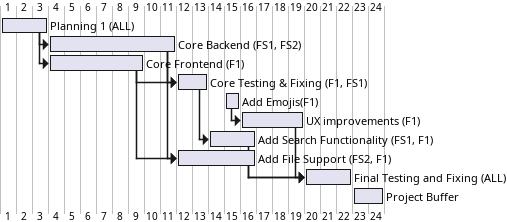
Earlier version of the PlantUML export Documentation/LatexLab3/images/GanttV2.png (user5427/human-benchmark-PSI-2).
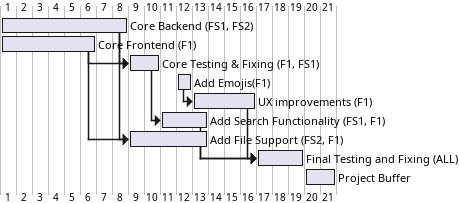
The same diagram one commit later.

Commit message:
Updated new Gantt diagram

Change to the diagram source:
```diff
@@ -1,15 +1,14 @@
 @startgantt
 skinparam titlesCentered true
-[Planning 1 (ALL)] requires 3 days
-[Planning 1 (ALL)] starts D+0
+
 [Core Backend (FS1, FS2)] requires 8 days
-[Core Backend (FS1, FS2)] starts after [Planning 1 (ALL)]'s end
-[Core Frontend (F1)] starts after [Planning 1 (ALL)]'s end
+[Core Backend (FS1, FS2)] starts D+0
+[Core Frontend (F1)] starts D+0
 [Core Frontend (F1)] requires 6 days
 [Core Testing & Fixing (F1, FS1)] starts after [Core Backend (FS1, FS2)]'s end
 [Core Testing & Fixing (F1, FS1)] requires 2 days
 [Core Testing & Fixing (F1, FS1)] starts after [Core Frontend (F1)]'s end
-[Add Emojis(F1)] starts D+14 and requires 1 day
+[Add Emojis(F1)] starts D+11 and requires 1 day
 [UX improvements (F1)] starts after [Add Emojis(F1)]'s end and requires 4 days
 [Add Search Functionality (FS1, F1)] starts after [Core Testing & Fixing (F1, FS1)]'s end and requires 3 days
 [Add File Support (FS2, F1)] starts after [Core Backend (FS1, FS2)]'s end and requires 5 days
@@ -18,5 +17,5 @@
 [Final Testing and Fixing (ALL)] starts after [UX improvements (F1)]'s end and requires 3 days
 [Final Testing and Fixing (ALL)] starts after [Add Search Functionality (FS1, F1)]'s end and requires 3 days
 [Final Testing and Fixing (ALL)] starts after [Add File Support (FS2, F1)]'s end and requires 3 days
-[Project Buffer] starts D+22 and requires 2 days
+[Project Buffer] starts D+19 and requires 2 days
 @endgantt
```
